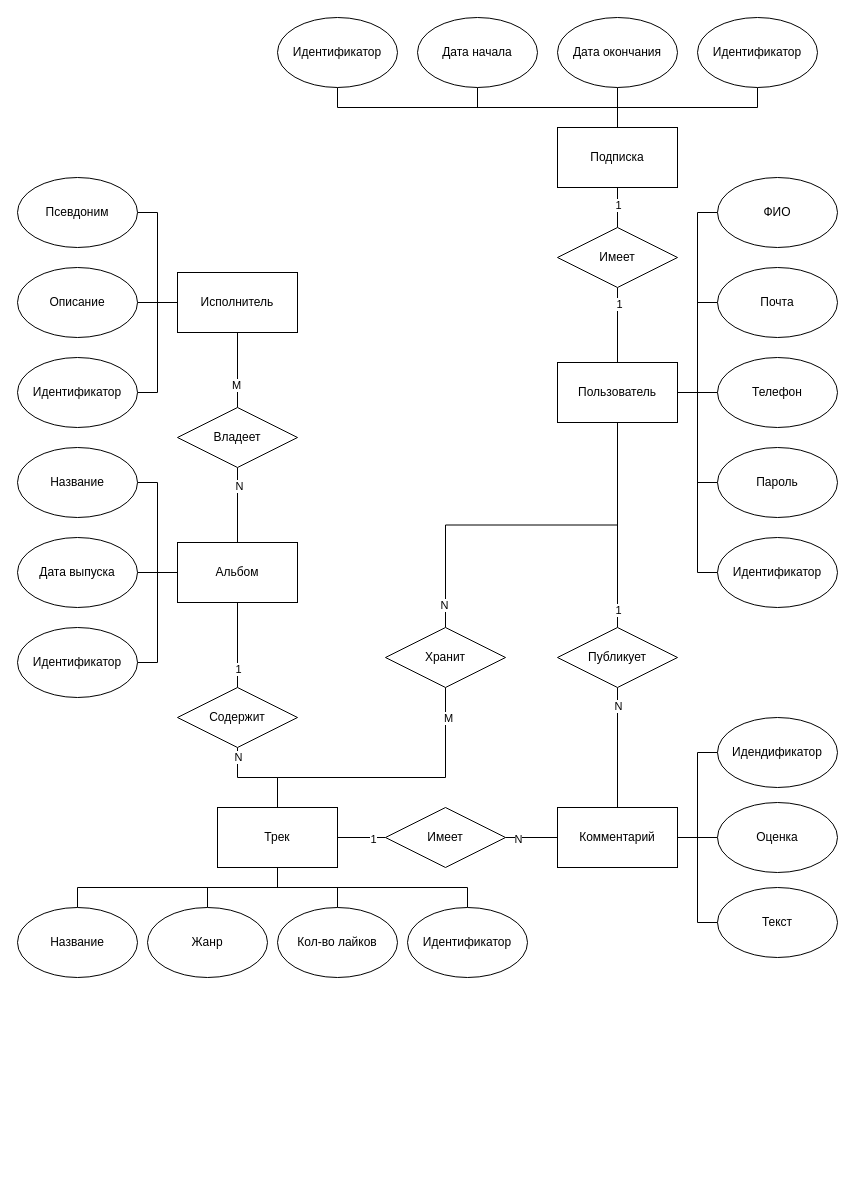
Earlier version of the draw.io diagram pics/er.drawio (hanoys/sigma-music). Source tidied: cells renumbered, new cells numbered last; positions are measured from the earlier drawing's top-left corner, leaving out a move shared by most shapes. Both pictures are drawn from the tidied source at 100%, with x=0, y=0 at pixel (17, 17).
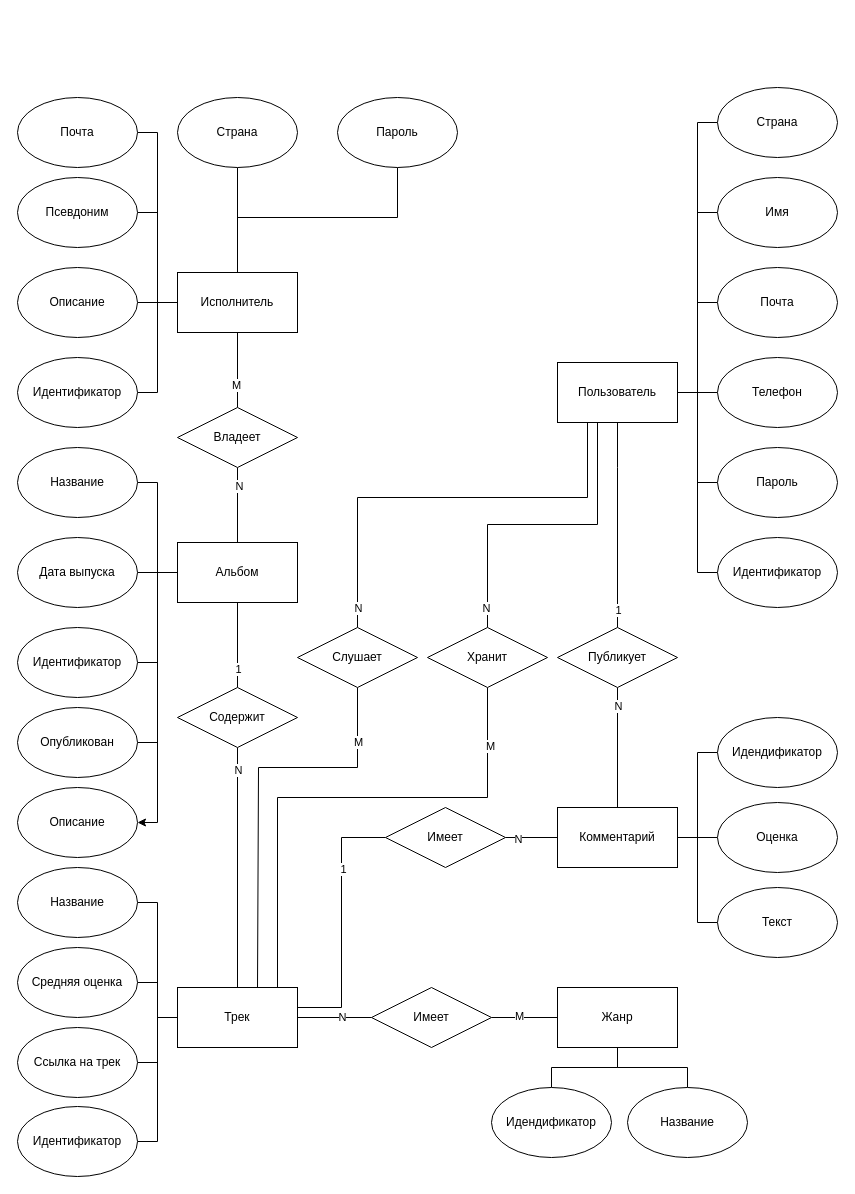
The same diagram, later.

Unchanged cells that the change refers to:
```xml
<mxCell id="13" value="Пользователь" style="rounded=0;whiteSpace=wrap;html=1;" parent="1" vertex="1">
  <mxGeometry x="540" y="345" width="120" height="60" as="geometry" />
</mxCell>
<mxCell id="33" value="Исполнитель" style="rounded=0;whiteSpace=wrap;html=1;" parent="1" vertex="1">
  <mxGeometry x="160" y="255" width="120" height="60" as="geometry" />
</mxCell>
<mxCell id="41" value="Альбом" style="rounded=0;whiteSpace=wrap;html=1;" parent="1" vertex="1">
  <mxGeometry x="160" y="525" width="120" height="60" as="geometry" />
</mxCell>
<mxCell id="71" value="Имеет" style="rhombus;whiteSpace=wrap;html=1;" parent="1" vertex="1">
  <mxGeometry x="368" y="790" width="120" height="60" as="geometry" />
</mxCell>
<mxCell id="81" value="Публикует" style="rhombus;whiteSpace=wrap;html=1;" parent="1" vertex="1">
  <mxGeometry x="540" y="610" width="120" height="60" as="geometry" />
</mxCell>
```

What changed in the source:
```diff
@@
-    <mxCell id="7" style="edgeStyle=orthogonalEdgeStyle;rounded=0;jettySize=auto;html=1;exitX=0.5;exitY=0;exitDx=0;exitDy=0;entryX=0.5;entryY=1;entryDx=0;entryDy=0;endArrow=none;endFill=0;" parent="1" edge="1" source="13" target="64">
-      <mxGeometry relative="1" as="geometry" />
-    </mxCell>
-    <mxCell id="8" value="1" style="edgeLabel;html=1;align=center;verticalAlign=middle;" parent="7" vertex="1">
-      <mxGeometry x="0.57" y="-1" relative="1" as="geometry" />
-    </mxCell>
     <mxCell id="9" style="edgeStyle=orthogonalEdgeStyle;rounded=0;jettySize=auto;html=1;exitX=0.5;exitY=1;exitDx=0;exitDy=0;entryX=0.5;entryY=0;entryDx=0;entryDy=0;endArrow=none;endFill=0;" parent="1" edge="1" source="13" target="67">
-      <mxGeometry relative="1" as="geometry" />
+      <mxGeometry relative="1" as="geometry">
+        <Array as="points">
+          <mxPoint x="580" y="405" />
+          <mxPoint x="580" y="507" />
+          <mxPoint x="470" y="507" />
+        </Array>
+      </mxGeometry>
     </mxCell>
@@
     <mxCell id="11" style="edgeStyle=orthogonalEdgeStyle;rounded=0;jettySize=auto;html=1;exitX=0.5;exitY=1;exitDx=0;exitDy=0;entryX=0.5;entryY=0;entryDx=0;entryDy=0;endArrow=none;endFill=0;" parent="1" edge="1" source="13" target="81">
-      <mxGeometry relative="1" as="geometry" />
+      <mxGeometry relative="1" as="geometry">
+        <Array as="points">
+          <mxPoint x="600" y="450" />
+          <mxPoint x="600" y="450" />
+        </Array>
+      </mxGeometry>
     </mxCell>
@@
+    <mxCell id="82" style="edgeStyle=orthogonalEdgeStyle;rounded=0;jettySize=auto;html=1;exitX=1;exitY=0.5;exitDx=0;exitDy=0;entryX=0;entryY=0.5;entryDx=0;entryDy=0;endArrow=none;endFill=0;" parent="1" edge="1" source="13" target="92">
+      <mxGeometry relative="1" as="geometry" />
+    </mxCell>
+    <mxCell id="83" style="edgeStyle=orthogonalEdgeStyle;rounded=0;jettySize=auto;html=1;exitX=0.25;exitY=1;exitDx=0;exitDy=0;entryX=0.5;entryY=0;entryDx=0;entryDy=0;endArrow=none;endFill=0;" parent="1" edge="1" source="13" target="108">
+      <mxGeometry relative="1" as="geometry">
+        <Array as="points">
+          <mxPoint x="570" y="480" />
+          <mxPoint x="340" y="480" />
+        </Array>
+      </mxGeometry>
+    </mxCell>
+    <mxCell id="84" value="N" style="edgeLabel;html=1;align=center;verticalAlign=middle;" parent="83" vertex="1">
+      <mxGeometry x="0.91" relative="1" as="geometry" />
+    </mxCell>
@@
-    <mxCell id="14" value="ФИО" style="ellipse;whiteSpace=wrap;html=1;" parent="1" vertex="1">
+    <mxCell id="14" value="Имя" style="ellipse;whiteSpace=wrap;html=1;" parent="1" vertex="1">
       <mxGeometry x="700" y="160" width="120" height="70" as="geometry" />
     </mxCell>
@@
+    <mxCell id="22" style="edgeStyle=orthogonalEdgeStyle;rounded=0;jettySize=auto;html=1;exitX=1;exitY=0.5;exitDx=0;exitDy=0;entryX=0;entryY=0.5;entryDx=0;entryDy=0;endArrow=none;endFill=0;" parent="1" edge="1" source="24" target="71">
+      <mxGeometry relative="1" as="geometry">
+        <Array as="points">
+          <mxPoint x="280" y="990" />
+          <mxPoint x="324" y="990" />
+          <mxPoint x="324" y="820" />
+        </Array>
+      </mxGeometry>
+    </mxCell>
+    <mxCell id="23" value="1" style="edgeLabel;html=1;align=center;verticalAlign=middle;" parent="22" vertex="1">
+      <mxGeometry x="0.44" y="-1" relative="1" as="geometry" />
+    </mxCell>
-    <mxCell id="18" style="edgeStyle=orthogonalEdgeStyle;rounded=0;jettySize=auto;html=1;exitX=0.5;exitY=1;exitDx=0;exitDy=0;entryX=0.5;entryY=0;entryDx=0;entryDy=0;endArrow=none;endFill=0;" parent="1" edge="1" source="24" target="25">
+    <mxCell id="18" style="edgeStyle=orthogonalEdgeStyle;rounded=0;jettySize=auto;html=1;exitX=0;exitY=0.5;exitDx=0;exitDy=0;entryX=1;entryY=0.5;entryDx=0;entryDy=0;endArrow=none;endFill=0;" parent="1" edge="1" source="24" target="25">
       <mxGeometry relative="1" as="geometry" />
     </mxCell>
-    <mxCell id="19" style="edgeStyle=orthogonalEdgeStyle;rounded=0;jettySize=auto;html=1;exitX=0.5;exitY=1;exitDx=0;exitDy=0;entryX=0.5;entryY=0;entryDx=0;entryDy=0;endArrow=none;endFill=0;" parent="1" edge="1" source="24" target="26">
-      <mxGeometry relative="1" as="geometry" />
-    </mxCell>
+    <mxCell id="85" style="edgeStyle=orthogonalEdgeStyle;rounded=0;jettySize=auto;html=1;exitX=0;exitY=0.5;exitDx=0;exitDy=0;endArrow=none;endFill=0;" parent="1" edge="1" source="24" target="97">
+      <mxGeometry relative="1" as="geometry" />
+    </mxCell>
-    <mxCell id="20" style="edgeStyle=orthogonalEdgeStyle;rounded=0;jettySize=auto;html=1;exitX=0.5;exitY=1;exitDx=0;exitDy=0;entryX=0.5;entryY=0;entryDx=0;entryDy=0;endArrow=none;endFill=0;" parent="1" edge="1" source="24" target="27">
+    <mxCell id="20" style="edgeStyle=orthogonalEdgeStyle;rounded=0;jettySize=auto;html=1;exitX=0;exitY=0.5;exitDx=0;exitDy=0;entryX=1;entryY=0.5;entryDx=0;entryDy=0;endArrow=none;endFill=0;" parent="1" edge="1" source="24" target="27">
       <mxGeometry relative="1" as="geometry" />
     </mxCell>
-    <mxCell id="21" style="edgeStyle=orthogonalEdgeStyle;rounded=0;jettySize=auto;html=1;exitX=0.5;exitY=1;exitDx=0;exitDy=0;entryX=0.5;entryY=0;entryDx=0;entryDy=0;endArrow=none;endFill=0;" parent="1" edge="1" source="24" target="47">
+    <mxCell id="21" style="edgeStyle=orthogonalEdgeStyle;rounded=0;jettySize=auto;html=1;exitX=0;exitY=0.5;exitDx=0;exitDy=0;entryX=1;entryY=0.5;entryDx=0;entryDy=0;endArrow=none;endFill=0;" parent="1" edge="1" source="24" target="47">
       <mxGeometry relative="1" as="geometry" />
     </mxCell>
-    <mxCell id="22" style="edgeStyle=orthogonalEdgeStyle;rounded=0;jettySize=auto;html=1;exitX=1;exitY=0.5;exitDx=0;exitDy=0;entryX=0;entryY=0.5;entryDx=0;entryDy=0;endArrow=none;endFill=0;" parent="1" edge="1" source="24" target="71">
-      <mxGeometry relative="1" as="geometry" />
-    </mxCell>
-    <mxCell id="23" value="1" style="edgeLabel;html=1;align=center;verticalAlign=middle;" parent="22" vertex="1">
-      <mxGeometry x="0.44" y="-1" relative="1" as="geometry" />
-    </mxCell>
     <mxCell id="24" value="Трек" style="rounded=0;whiteSpace=wrap;html=1;" parent="1" vertex="1">
-      <mxGeometry x="200" y="790" width="120" height="60" as="geometry" />
+      <mxGeometry x="160" y="970" width="120" height="60" as="geometry" />
     </mxCell>
     <mxCell id="25" value="Название" style="ellipse;whiteSpace=wrap;html=1;" parent="1" vertex="1">
-      <mxGeometry y="890" width="120" height="70" as="geometry" />
+      <mxGeometry y="850" width="120" height="70" as="geometry" />
     </mxCell>
-    <mxCell id="26" value="Жанр" style="ellipse;whiteSpace=wrap;html=1;" parent="1" vertex="1">
-      <mxGeometry x="130" y="890" width="120" height="70" as="geometry" />
-    </mxCell>
-    <mxCell id="27" value="Кол-во лайков" style="ellipse;whiteSpace=wrap;html=1;" parent="1" vertex="1">
-      <mxGeometry x="260" y="890" width="120" height="70" as="geometry" />
+    <mxCell id="27" value="Ссылка на трек" style="ellipse;whiteSpace=wrap;html=1;" parent="1" vertex="1">
+      <mxGeometry y="1010" width="120" height="70" as="geometry" />
     </mxCell>
@@
+    <mxCell id="86" style="edgeStyle=orthogonalEdgeStyle;rounded=0;jettySize=auto;html=1;exitX=0;exitY=0.5;exitDx=0;exitDy=0;entryX=1;entryY=0.5;entryDx=0;entryDy=0;endArrow=none;endFill=0;" parent="1" edge="1" source="33" target="93">
+      <mxGeometry relative="1" as="geometry" />
+    </mxCell>
+    <mxCell id="87" style="edgeStyle=orthogonalEdgeStyle;rounded=0;jettySize=auto;html=1;exitX=0.5;exitY=0;exitDx=0;exitDy=0;endArrow=none;endFill=0;" parent="1" edge="1" source="33" target="94">
+      <mxGeometry relative="1" as="geometry" />
+    </mxCell>
+    <mxCell id="88" style="edgeStyle=orthogonalEdgeStyle;rounded=0;jettySize=auto;html=1;exitX=0.5;exitY=0;exitDx=0;exitDy=0;endArrow=none;endFill=0;" parent="1" edge="1" source="33" target="95">
+      <mxGeometry relative="1" as="geometry">
+        <Array as="points">
+          <mxPoint x="220" y="200" />
+          <mxPoint x="380" y="200" />
+        </Array>
+      </mxGeometry>
+    </mxCell>
@@
+    <mxCell id="89" style="edgeStyle=orthogonalEdgeStyle;rounded=0;jettySize=auto;html=1;exitX=0;exitY=0.5;exitDx=0;exitDy=0;entryX=1;entryY=0.5;entryDx=0;entryDy=0;endArrow=none;endFill=0;" parent="1" edge="1" source="41" target="91">
+      <mxGeometry relative="1" as="geometry" />
+    </mxCell>
+    <mxCell id="90" style="edgeStyle=orthogonalEdgeStyle;rounded=0;jettySize=auto;html=1;exitX=0;exitY=0.5;exitDx=0;exitDy=0;entryX=1;entryY=0.5;entryDx=0;entryDy=0;" parent="1" edge="1" source="41" target="96">
+      <mxGeometry relative="1" as="geometry" />
+    </mxCell>
@@
     <mxCell id="47" value="Идентификатор" style="ellipse;whiteSpace=wrap;html=1;" parent="1" vertex="1">
-      <mxGeometry x="390" y="890" width="120" height="70" as="geometry" />
+      <mxGeometry y="1089" width="120" height="70" as="geometry" />
     </mxCell>
@@
-    <mxCell id="54" style="edgeStyle=orthogonalEdgeStyle;rounded=0;jettySize=auto;html=1;exitX=0.5;exitY=0;exitDx=0;exitDy=0;entryX=0.5;entryY=1;entryDx=0;entryDy=0;endArrow=none;endFill=0;" parent="1" edge="1" source="58" target="60">
-      <mxGeometry relative="1" as="geometry" />
-    </mxCell>
-    <mxCell id="55" style="edgeStyle=orthogonalEdgeStyle;rounded=0;jettySize=auto;html=1;exitX=0.5;exitY=0;exitDx=0;exitDy=0;entryX=0.5;entryY=1;entryDx=0;entryDy=0;endArrow=none;endFill=0;" parent="1" edge="1" source="58" target="61">
-      <mxGeometry relative="1" as="geometry" />
-    </mxCell>
-    <mxCell id="56" style="edgeStyle=orthogonalEdgeStyle;rounded=0;jettySize=auto;html=1;exitX=0.5;exitY=0;exitDx=0;exitDy=0;entryX=0.5;entryY=1;entryDx=0;entryDy=0;endArrow=none;endFill=0;" parent="1" edge="1" source="58" target="59">
-      <mxGeometry relative="1" as="geometry" />
-    </mxCell>
-    <mxCell id="57" style="edgeStyle=orthogonalEdgeStyle;rounded=0;jettySize=auto;html=1;exitX=0.5;exitY=0;exitDx=0;exitDy=0;endArrow=none;endFill=0;" parent="1" edge="1" source="58" target="68">
-      <mxGeometry relative="1" as="geometry" />
-    </mxCell>
-    <mxCell id="58" value="Подписка" style="rounded=0;whiteSpace=wrap;html=1;" parent="1" vertex="1">
-      <mxGeometry x="540" y="110" width="120" height="60" as="geometry" />
-    </mxCell>
-    <mxCell id="59" value="Дата начала" style="ellipse;whiteSpace=wrap;html=1;" parent="1" vertex="1">
-      <mxGeometry x="400" width="120" height="70" as="geometry" />
-    </mxCell>
-    <mxCell id="60" value="Дата окончания" style="ellipse;whiteSpace=wrap;html=1;" parent="1" vertex="1">
-      <mxGeometry x="540" width="120" height="70" as="geometry" />
-    </mxCell>
-    <mxCell id="61" value="Идентификатор" style="ellipse;whiteSpace=wrap;html=1;" parent="1" vertex="1">
-      <mxGeometry x="680" width="120" height="70" as="geometry" />
-    </mxCell>
-    <mxCell id="62" style="edgeStyle=orthogonalEdgeStyle;rounded=0;jettySize=auto;html=1;exitX=0.5;exitY=0;exitDx=0;exitDy=0;entryX=0.5;entryY=1;entryDx=0;entryDy=0;endArrow=none;endFill=0;" parent="1" edge="1" source="64" target="58">
-      <mxGeometry relative="1" as="geometry" />
-    </mxCell>
-    <mxCell id="63" value="1" style="edgeLabel;html=1;align=center;verticalAlign=middle;" parent="62" vertex="1">
-      <mxGeometry x="0.17" relative="1" as="geometry" />
-    </mxCell>
-    <mxCell id="64" value="Имеет" style="rhombus;whiteSpace=wrap;html=1;" parent="1" vertex="1">
-      <mxGeometry x="540" y="210" width="120" height="60" as="geometry" />
-    </mxCell>
     <mxCell id="65" style="edgeStyle=orthogonalEdgeStyle;rounded=0;jettySize=auto;html=1;exitX=0.5;exitY=1;exitDx=0;exitDy=0;entryX=0.5;entryY=0;entryDx=0;entryDy=0;endArrow=none;endFill=0;" parent="1" edge="1" source="67" target="24">
       <mxGeometry relative="1" as="geometry">
         <Array as="points">
-          <mxPoint x="428" y="760" />
-          <mxPoint x="260" y="760" />
+          <mxPoint x="470" y="780" />
+          <mxPoint x="260" y="780" />
+          <mxPoint x="260" y="970" />
         </Array>
       </mxGeometry>
     </mxCell>
@@
     <mxCell id="67" value="Хранит" style="rhombus;whiteSpace=wrap;html=1;" parent="1" vertex="1">
-      <mxGeometry x="368" y="610" width="120" height="60" as="geometry" />
+      <mxGeometry x="410" y="610" width="120" height="60" as="geometry" />
     </mxCell>
-    <mxCell id="68" value="Идентификатор" style="ellipse;whiteSpace=wrap;html=1;" parent="1" vertex="1">
-      <mxGeometry x="260" width="120" height="70" as="geometry" />
-    </mxCell>
@@
+    <mxCell id="91" value="Опубликован" style="ellipse;whiteSpace=wrap;html=1;" parent="1" vertex="1">
+      <mxGeometry y="690" width="120" height="70" as="geometry" />
+    </mxCell>
+    <mxCell id="92" value="Страна" style="ellipse;whiteSpace=wrap;html=1;" parent="1" vertex="1">
+      <mxGeometry x="700" y="70" width="120" height="70" as="geometry" />
+    </mxCell>
+    <mxCell id="93" value="Почта" style="ellipse;whiteSpace=wrap;html=1;" parent="1" vertex="1">
+      <mxGeometry y="80" width="120" height="70" as="geometry" />
+    </mxCell>
+    <mxCell id="94" value="Страна" style="ellipse;whiteSpace=wrap;html=1;" parent="1" vertex="1">
+      <mxGeometry x="160" y="80" width="120" height="70" as="geometry" />
+    </mxCell>
+    <mxCell id="95" value="Пароль" style="ellipse;whiteSpace=wrap;html=1;" parent="1" vertex="1">
+      <mxGeometry x="320" y="80" width="120" height="70" as="geometry" />
+    </mxCell>
+    <mxCell id="96" value="Описание" style="ellipse;whiteSpace=wrap;html=1;" parent="1" vertex="1">
+      <mxGeometry y="770" width="120" height="70" as="geometry" />
+    </mxCell>
+    <mxCell id="97" value="Средняя оценка" style="ellipse;whiteSpace=wrap;html=1;" parent="1" vertex="1">
+      <mxGeometry y="930" width="120" height="70" as="geometry" />
+    </mxCell>
+    <mxCell id="98" style="edgeStyle=orthogonalEdgeStyle;rounded=0;jettySize=auto;html=1;exitX=0.5;exitY=1;exitDx=0;exitDy=0;entryX=0.5;entryY=0;entryDx=0;entryDy=0;endArrow=none;endFill=0;" parent="1" edge="1" source="26" target="104">
+      <mxGeometry relative="1" as="geometry" />
+    </mxCell>
+    <mxCell id="99" style="edgeStyle=orthogonalEdgeStyle;rounded=0;jettySize=auto;html=1;exitX=0.5;exitY=1;exitDx=0;exitDy=0;entryX=0.5;entryY=0;entryDx=0;entryDy=0;endArrow=none;endFill=0;" parent="1" edge="1" source="26" target="105">
+      <mxGeometry relative="1" as="geometry" />
+    </mxCell>
+    <mxCell id="26" value="Жанр" style="rounded=0;whiteSpace=wrap;html=1;" parent="1" vertex="1">
+      <mxGeometry x="540" y="970" width="120" height="60" as="geometry" />
+    </mxCell>
+    <mxCell id="100" style="edgeStyle=orthogonalEdgeStyle;rounded=0;jettySize=auto;html=1;exitX=0;exitY=0.5;exitDx=0;exitDy=0;entryX=1;entryY=0.5;entryDx=0;entryDy=0;endArrow=none;endFill=0;" parent="1" edge="1" source="64" target="24">
+      <mxGeometry relative="1" as="geometry" />
+    </mxCell>
+    <mxCell id="101" value="N" style="edgeLabel;html=1;align=center;verticalAlign=middle;" parent="100" vertex="1">
+      <mxGeometry x="-0.19" y="-1" relative="1" as="geometry" />
+    </mxCell>
+    <mxCell id="102" style="edgeStyle=orthogonalEdgeStyle;rounded=0;jettySize=auto;html=1;exitX=1;exitY=0.5;exitDx=0;exitDy=0;entryX=0;entryY=0.5;entryDx=0;entryDy=0;endArrow=none;endFill=0;" parent="1" edge="1" source="64" target="26">
+      <mxGeometry relative="1" as="geometry" />
+    </mxCell>
+    <mxCell id="103" value="M" style="edgeLabel;html=1;align=center;verticalAlign=middle;" parent="102" vertex="1">
+      <mxGeometry x="-0.17" y="2" relative="1" as="geometry" />
+    </mxCell>
+    <mxCell id="64" value="Имеет" style="rhombus;whiteSpace=wrap;html=1;" parent="1" vertex="1">
+      <mxGeometry x="354" y="970" width="120" height="60" as="geometry" />
+    </mxCell>
+    <mxCell id="104" value="Идендификатор" style="ellipse;whiteSpace=wrap;html=1;" parent="1" vertex="1">
+      <mxGeometry x="474" y="1070" width="120" height="70" as="geometry" />
+    </mxCell>
+    <mxCell id="105" value="Название" style="ellipse;whiteSpace=wrap;html=1;" parent="1" vertex="1">
+      <mxGeometry x="610" y="1070" width="120" height="70" as="geometry" />
+    </mxCell>
+    <mxCell id="106" style="edgeStyle=orthogonalEdgeStyle;rounded=0;jettySize=auto;html=1;exitX=0.5;exitY=1;exitDx=0;exitDy=0;endArrow=none;endFill=0;" parent="1" edge="1" source="108">
+      <mxGeometry relative="1" as="geometry">
+        <mxPoint x="240" y="970" as="targetPoint" />
+        <Array as="points">
+          <mxPoint x="340" y="750" />
+          <mxPoint x="241" y="750" />
+        </Array>
+      </mxGeometry>
+    </mxCell>
+    <mxCell id="107" value="M" style="edgeLabel;html=1;align=center;verticalAlign=middle;" parent="106" vertex="1">
+      <mxGeometry x="-0.73" relative="1" as="geometry" />
+    </mxCell>
+    <mxCell id="108" value="Слушает" style="rhombus;whiteSpace=wrap;html=1;" parent="1" vertex="1">
+      <mxGeometry x="280" y="610" width="120" height="60" as="geometry" />
+    </mxCell>
```
